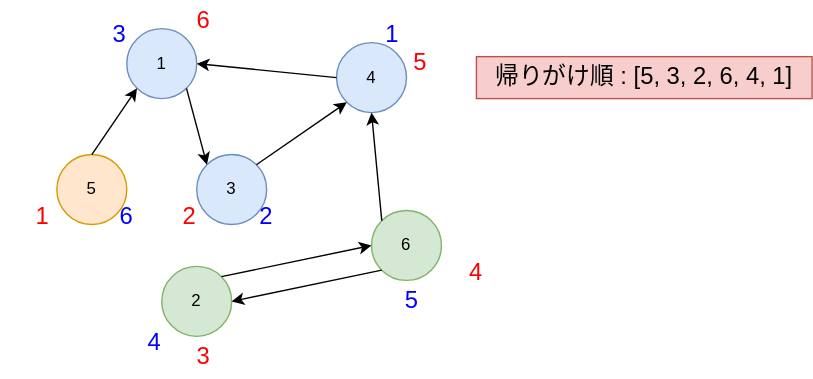
Above: static/img/svg/Algorithm/scc-decomposition/scc-decomposition-6.drawio.svg in koseki2580/study-docs (draw.io), before the change. Source tidied: cells renumbered, new cells last; positions are measured from the earlier drawing's top-left corner, leaving out a move shared by most shapes.
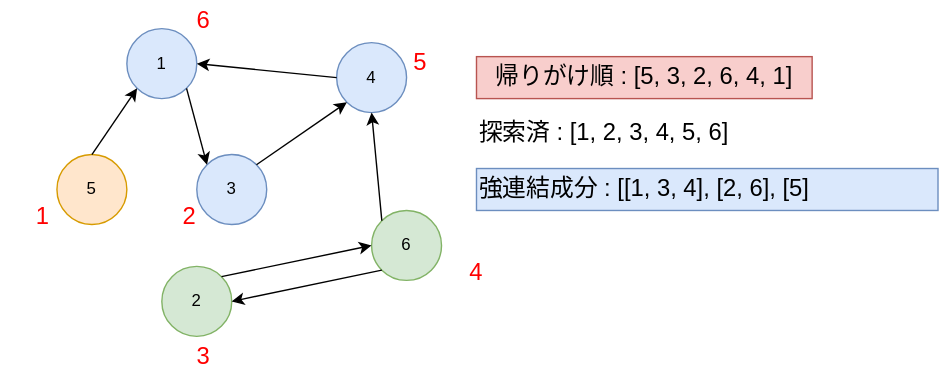
Later version of the same file.

Change to the diagram source:
```diff
@@ -62,23 +62,11 @@
     <mxCell id="21" value="6" style="text;html=1;strokeColor=none;fillColor=none;align=center;verticalAlign=middle;whiteSpace=wrap;rounded=0;fontSize=17;fontColor=#FF0000;" parent="1" vertex="1">
       <mxGeometry x="115" width="60" height="30" as="geometry" />
     </mxCell>
-    <mxCell id="22" value="3" style="text;html=1;strokeColor=none;fillColor=none;align=center;verticalAlign=middle;whiteSpace=wrap;rounded=0;fontSize=17;fontColor=#0000FF;" parent="1" vertex="1">
-      <mxGeometry x="55" y="10" width="60" height="30" as="geometry" />
-    </mxCell>
-    <mxCell id="23" value="2" style="text;html=1;strokeColor=none;fillColor=none;align=center;verticalAlign=middle;whiteSpace=wrap;rounded=0;fontSize=17;fontColor=#0000FF;" parent="1" vertex="1">
-      <mxGeometry x="160" y="140" width="60" height="30" as="geometry" />
-    </mxCell>
-    <mxCell id="24" value="1" style="text;html=1;strokeColor=none;fillColor=none;align=center;verticalAlign=middle;whiteSpace=wrap;rounded=0;fontSize=17;fontColor=#0000FF;" parent="1" vertex="1">
-      <mxGeometry x="250" y="10" width="60" height="30" as="geometry" />
-    </mxCell>
-    <mxCell id="25" value="4" style="text;html=1;strokeColor=none;fillColor=none;align=center;verticalAlign=middle;whiteSpace=wrap;rounded=0;fontSize=17;fontColor=#0000FF;" parent="1" vertex="1">
-      <mxGeometry x="80" y="230" width="60" height="30" as="geometry" />
-    </mxCell>
-    <mxCell id="26" value="5" style="text;html=1;strokeColor=none;fillColor=none;align=center;verticalAlign=middle;whiteSpace=wrap;rounded=0;fontSize=17;fontColor=#0000FF;" parent="1" vertex="1">
-      <mxGeometry x="264" y="200" width="60" height="30" as="geometry" />
-    </mxCell>
-    <mxCell id="27" value="6" style="text;html=1;strokeColor=none;fillColor=none;align=center;verticalAlign=middle;whiteSpace=wrap;rounded=0;fontSize=17;fontColor=#0000FF;" parent="1" vertex="1">
-      <mxGeometry x="60" y="140" width="60" height="30" as="geometry" />
-    </mxCell>
+    <mxCell id="28" value="強連結成分 : [[1, 3, 4], [2, 6], [5]" style="text;html=1;strokeColor=#6c8ebf;fillColor=#dae8fc;align=left;verticalAlign=middle;whiteSpace=wrap;rounded=0;fontSize=17;" parent="1" vertex="1">
+      <mxGeometry x="340" y="120" width="330" height="30" as="geometry" />
+    </mxCell>
+    <mxCell id="29" value="探索済 : [1, 2, 3, 4, 5, 6]" style="text;html=1;align=left;verticalAlign=middle;whiteSpace=wrap;rounded=0;fontSize=17;" parent="1" vertex="1">
+      <mxGeometry x="340" y="80" width="330" height="30" as="geometry" />
+    </mxCell>
   </root>
 </mxGraphModel>
```
